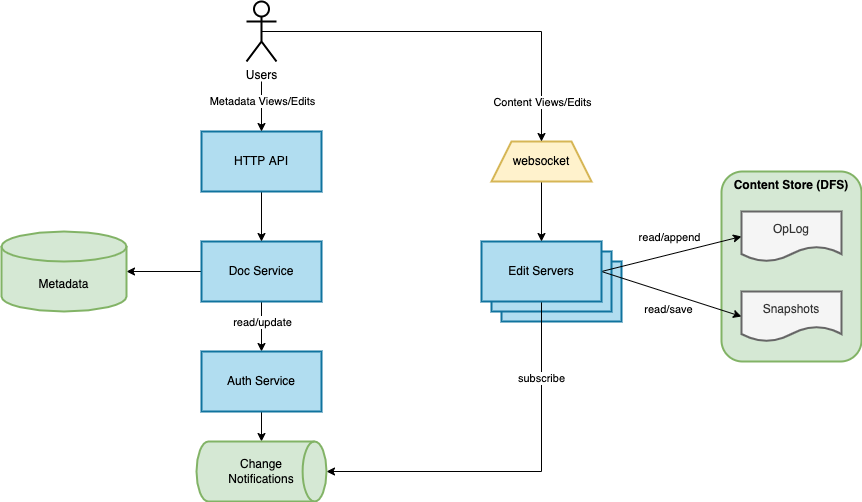
This is diagrams/webdocs_arch.png from alexsteele/designs, a draw.io export, as it was before one commit. Source tidied: cells renumbered, new cells last; positions are measured from the earlier drawing's top-left corner, leaving out a move shared by most shapes.
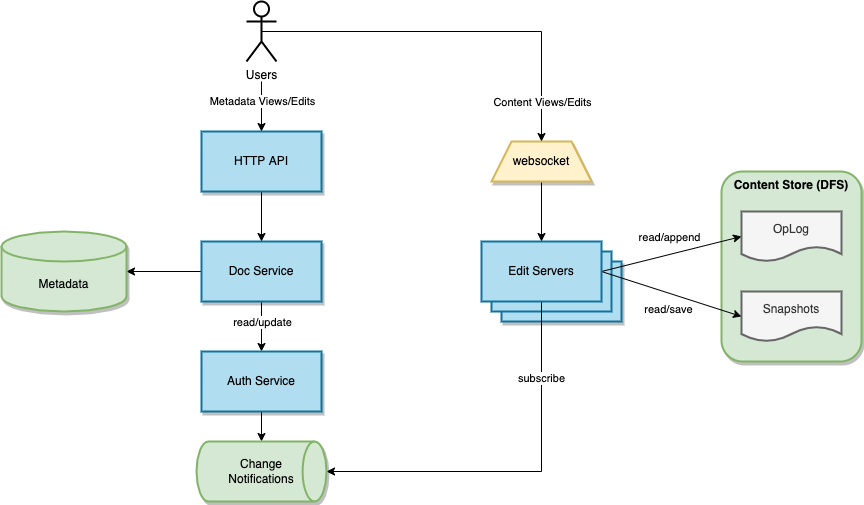
After the change.

Commit message:
Restyle webdocs

Change to the diagram source:
```diff
@@ -2,13 +2,13 @@
   <root>
     <mxCell id="0" />
     <mxCell id="1" parent="0" />
-    <mxCell id="2" value="Content Store (DFS)" style="rounded=1;whiteSpace=wrap;html=1;strokeColor=#82b366;strokeWidth=2;fillColor=#d5e8d4;verticalAlign=top;fontStyle=1;" parent="1" vertex="1">
+    <mxCell id="2" value="Content Store (DFS)" style="rounded=1;whiteSpace=wrap;html=1;strokeColor=#82b366;strokeWidth=2;fillColor=#d5e8d4;verticalAlign=top;fontStyle=1;shadow=1;" parent="1" vertex="1">
       <mxGeometry x="720" y="170" width="140" height="190" as="geometry" />
     </mxCell>
-    <mxCell id="3" value="Edit Servers" style="rounded=0;whiteSpace=wrap;html=1;fillColor=#b1ddf0;strokeColor=#10739e;strokeWidth=2;" parent="1" vertex="1">
+    <mxCell id="3" value="Edit Servers" style="rounded=0;whiteSpace=wrap;html=1;fillColor=#b1ddf0;strokeColor=#10739e;strokeWidth=2;shadow=1;" parent="1" vertex="1">
       <mxGeometry x="500" y="260" width="120" height="60" as="geometry" />
     </mxCell>
-    <mxCell id="4" value="Edit Servers" style="rounded=0;whiteSpace=wrap;html=1;fillColor=#b1ddf0;strokeColor=#10739e;strokeWidth=2;" parent="1" vertex="1">
+    <mxCell id="4" value="Edit Servers" style="rounded=0;whiteSpace=wrap;html=1;fillColor=#b1ddf0;strokeColor=#10739e;strokeWidth=2;shadow=0;" parent="1" vertex="1">
       <mxGeometry x="490" y="250" width="120" height="60" as="geometry" />
     </mxCell>
     <mxCell id="5" value="subscribe" style="edgeStyle=orthogonalEdgeStyle;rounded=0;jettySize=auto;html=1;exitX=0.5;exitY=1;exitDx=0;exitDy=0;entryX=1;entryY=0.5;entryDx=0;entryDy=0;entryPerimeter=0;" parent="1" edge="1" source="9" target="29">
@@ -25,7 +25,7 @@
     <mxCell id="8" style="rounded=0;jettySize=auto;html=1;exitX=1;exitY=0.5;exitDx=0;exitDy=0;entryX=0;entryY=0.5;entryDx=0;entryDy=0;" parent="1" edge="1" source="9" target="27">
       <mxGeometry relative="1" as="geometry" />
     </mxCell>
-    <mxCell id="9" value="Edit Servers" style="rounded=0;whiteSpace=wrap;html=1;fillColor=#b1ddf0;strokeColor=#10739e;strokeWidth=2;" parent="1" vertex="1">
+    <mxCell id="9" value="Edit Servers" style="rounded=0;whiteSpace=wrap;html=1;fillColor=#b1ddf0;strokeColor=#10739e;strokeWidth=2;shadow=0;" parent="1" vertex="1">
       <mxGeometry x="480" y="240" width="120" height="60" as="geometry" />
     </mxCell>
     <mxCell id="10" style="edgeStyle=orthogonalEdgeStyle;rounded=0;jettySize=auto;html=1;exitX=0;exitY=0.5;exitDx=0;exitDy=0;entryX=1;entryY=0.5;entryDx=0;entryDy=0;entryPerimeter=0;" parent="1" edge="1" source="13" target="25">
@@ -37,19 +37,19 @@
     <mxCell id="12" value="read/update" style="edgeLabel;html=1;align=center;verticalAlign=middle;" parent="11" vertex="1">
       <mxGeometry x="-0.19" relative="1" as="geometry" />
     </mxCell>
-    <mxCell id="13" value="Doc Service" style="rounded=0;whiteSpace=wrap;html=1;fillColor=#b1ddf0;strokeColor=#10739e;strokeWidth=2;" parent="1" vertex="1">
+    <mxCell id="13" value="Doc Service" style="rounded=0;whiteSpace=wrap;html=1;fillColor=#b1ddf0;strokeColor=#10739e;strokeWidth=2;shadow=1;" parent="1" vertex="1">
       <mxGeometry x="200" y="240" width="120" height="60" as="geometry" />
     </mxCell>
     <mxCell id="14" style="edgeStyle=orthogonalEdgeStyle;rounded=0;jettySize=auto;html=1;exitX=0.5;exitY=1;exitDx=0;exitDy=0;entryX=0.5;entryY=0;entryDx=0;entryDy=0;" parent="1" edge="1" source="15" target="13">
       <mxGeometry relative="1" as="geometry" />
     </mxCell>
-    <mxCell id="15" value="HTTP API" style="rounded=0;whiteSpace=wrap;html=1;fillColor=#b1ddf0;strokeColor=#10739e;strokeWidth=2;" parent="1" vertex="1">
+    <mxCell id="15" value="HTTP API" style="rounded=0;whiteSpace=wrap;html=1;fillColor=#b1ddf0;strokeColor=#10739e;strokeWidth=2;shadow=1;" parent="1" vertex="1">
       <mxGeometry x="200" y="130" width="120" height="60" as="geometry" />
     </mxCell>
     <mxCell id="16" style="edgeStyle=orthogonalEdgeStyle;rounded=0;jettySize=auto;html=1;exitX=0.5;exitY=1;exitDx=0;exitDy=0;entryX=0.5;entryY=0;entryDx=0;entryDy=0;" parent="1" edge="1" source="17" target="9">
       <mxGeometry relative="1" as="geometry" />
     </mxCell>
-    <mxCell id="17" value="websocket" style="shape=trapezoid;perimeter=trapezoidPerimeter;whiteSpace=wrap;html=1;fixedSize=1;strokeColor=#d6b656;strokeWidth=2;fillColor=#fff2cc;" parent="1" vertex="1">
+    <mxCell id="17" value="websocket" style="shape=trapezoid;perimeter=trapezoidPerimeter;whiteSpace=wrap;html=1;fixedSize=1;strokeColor=#d6b656;strokeWidth=2;fillColor=#fff2cc;shadow=1;" parent="1" vertex="1">
       <mxGeometry x="490" y="140" width="100" height="40" as="geometry" />
     </mxCell>
     <mxCell id="18" style="edgeStyle=orthogonalEdgeStyle;rounded=0;jettySize=auto;html=1;exitX=0.5;exitY=0.5;exitDx=0;exitDy=0;exitPerimeter=0;entryX=0.5;entryY=0;entryDx=0;entryDy=0;" parent="1" edge="1" source="22" target="17">
@@ -76,10 +76,10 @@
         <mxPoint x="260" y="440" as="targetPoint" />
       </mxGeometry>
     </mxCell>
-    <mxCell id="24" value="Auth Service" style="rounded=0;whiteSpace=wrap;html=1;fillColor=#b1ddf0;strokeColor=#10739e;strokeWidth=2;" parent="1" vertex="1">
+    <mxCell id="24" value="Auth Service" style="rounded=0;whiteSpace=wrap;html=1;fillColor=#b1ddf0;strokeColor=#10739e;strokeWidth=2;shadow=1;" parent="1" vertex="1">
       <mxGeometry x="200" y="350" width="120" height="60" as="geometry" />
     </mxCell>
-    <mxCell id="25" value="Metadata" style="shape=cylinder3;whiteSpace=wrap;html=1;boundedLbl=1;backgroundOutline=1;size=15;strokeColor=#82b366;strokeWidth=2;fillColor=#d5e8d4;" parent="1" vertex="1">
+    <mxCell id="25" value="Metadata" style="shape=cylinder3;whiteSpace=wrap;html=1;boundedLbl=1;backgroundOutline=1;size=15;strokeColor=#82b366;strokeWidth=2;fillColor=#d5e8d4;shadow=1;" parent="1" vertex="1">
       <mxGeometry y="230" width="125" height="80" as="geometry" />
     </mxCell>
     <mxCell id="26" value="OpLog" style="shape=document;whiteSpace=wrap;html=1;boundedLbl=1;strokeColor=#666666;strokeWidth=2;fillColor=#f5f5f5;fontColor=#333333;" parent="1" vertex="1">
@@ -93,7 +93,7 @@
         <mxPoint x="-11" y="48" as="offset" />
       </mxGeometry>
     </mxCell>
-    <mxCell id="29" value="Change&lt;br&gt;Notifications" style="strokeWidth=2;html=1;shape=mxgraph.flowchart.direct_data;whiteSpace=wrap;fillColor=#d5e8d4;strokeColor=#82b366;" parent="1" vertex="1">
+    <mxCell id="29" value="Change&lt;br&gt;Notifications" style="strokeWidth=2;html=1;shape=mxgraph.flowchart.direct_data;whiteSpace=wrap;fillColor=#d5e8d4;strokeColor=#82b366;shadow=1;" parent="1" vertex="1">
       <mxGeometry x="195" y="440" width="130" height="60" as="geometry" />
     </mxCell>
   </root>
```
